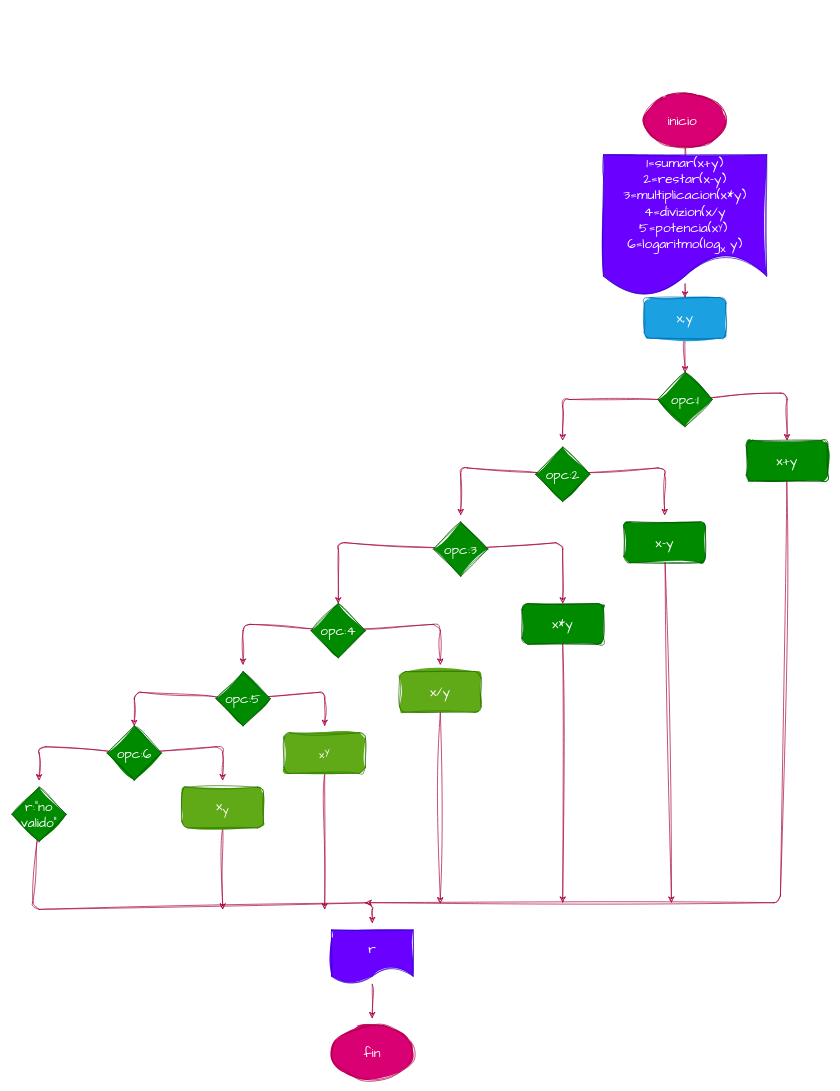
Above: diagrama.drawio in penguindavid/Minicalculadora-guanentina (draw.io), before the change. Source tidied: cells renumbered, new cells numbered last; positions are measured from the earlier drawing's top-left corner, leaving out a move shared by most shapes. Both pictures are drawn from the tidied source at 68%, with x=0, y=0 at pixel (12, 93).
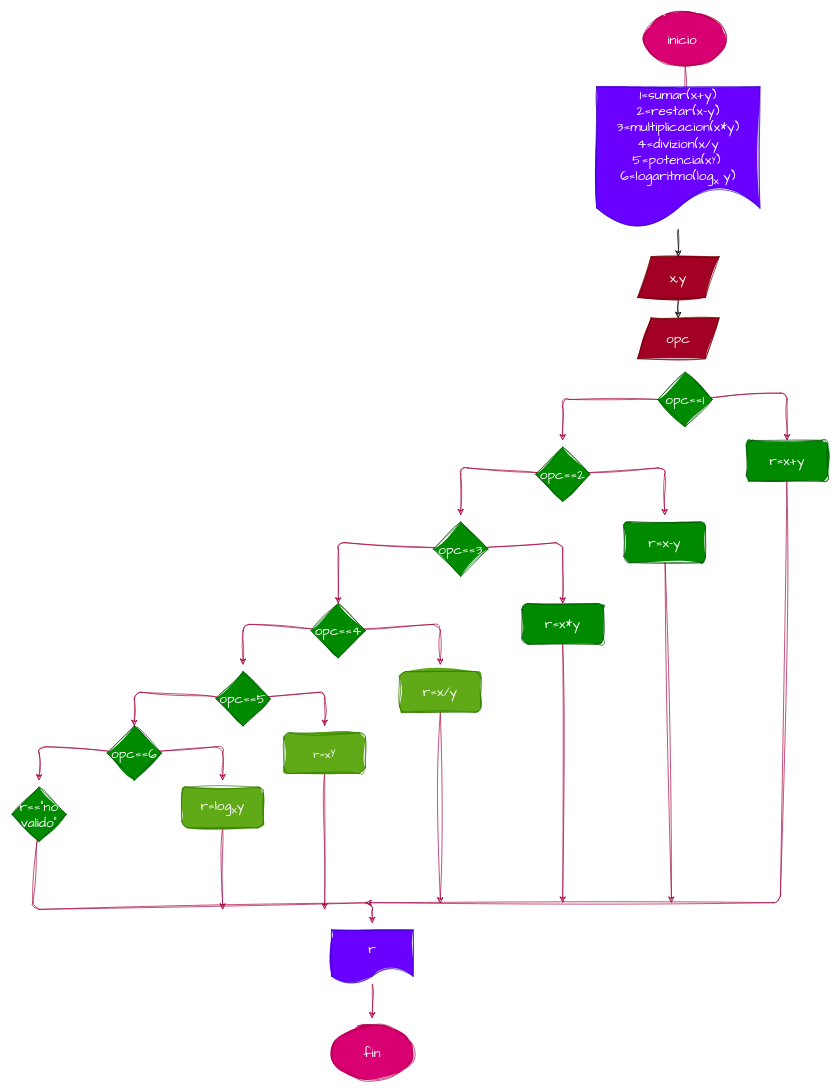
The same page after the edit.

Commit message (it also covers changes not shown here):
se agrego archivo tipo 2

Diff of the diagram source:
```diff
@@
     <mxCell id="3" value="inicio&amp;nbsp;" style="ellipse;whiteSpace=wrap;html=1;sketch=1;hachureGap=4;jiggle=2;curveFitting=1;fontFamily=Architects Daughter;fontSize=20;fillColor=#d80073;fontColor=#ffffff;strokeColor=#A50040;fillStyle=solid;" parent="1" vertex="1">
-      <mxGeometry x="930" width="120" height="80" as="geometry" />
+      <mxGeometry x="930" y="-120" width="120" height="80" as="geometry" />
     </mxCell>
-    <mxCell id="4" style="edgeStyle=none;sketch=1;hachureGap=4;jiggle=2;curveFitting=1;html=1;fontFamily=Architects Daughter;fontSize=16;fillColor=#d80073;strokeColor=#A50040;" parent="1" edge="1">
-      <mxGeometry relative="1" as="geometry">
-        <mxPoint x="990" y="280" as="sourcePoint" />
-        <mxPoint x="990" y="300" as="targetPoint" />
-      </mxGeometry>
-    </mxCell>
-    <mxCell id="5" style="edgeStyle=none;sketch=1;hachureGap=4;jiggle=2;curveFitting=1;html=1;fontFamily=Architects Daughter;fontSize=16;fillColor=#d80073;strokeColor=#A50040;" parent="1" edge="1" source="6">
-      <mxGeometry relative="1" as="geometry">
-        <mxPoint x="990" y="410" as="targetPoint" />
-      </mxGeometry>
-    </mxCell>
-    <mxCell id="6" value="x,y" style="rounded=1;whiteSpace=wrap;html=1;sketch=1;hachureGap=4;jiggle=2;curveFitting=1;fontFamily=Architects Daughter;fontSize=20;fillColor=#1ba1e2;fontColor=#ffffff;strokeColor=#006EAF;fillStyle=solid;" parent="1" vertex="1">
-      <mxGeometry x="930" y="300" width="120" height="60" as="geometry" />
-    </mxCell>
@@
-    <mxCell id="9" value="opc:1" style="rhombus;whiteSpace=wrap;html=1;sketch=1;hachureGap=4;jiggle=2;curveFitting=1;fontFamily=Architects Daughter;fontSize=20;fillColor=#008a00;fontColor=#ffffff;strokeColor=#005700;fillStyle=solid;" parent="1" vertex="1">
+    <mxCell id="9" value="opc==1" style="rhombus;whiteSpace=wrap;html=1;sketch=1;hachureGap=4;jiggle=2;curveFitting=1;fontFamily=Architects Daughter;fontSize=20;fillColor=#008a00;fontColor=#ffffff;strokeColor=#005700;fillStyle=solid;" parent="1" vertex="1">
       <mxGeometry x="950" y="410" width="80" height="80" as="geometry" />
     </mxCell>
@@
-    <mxCell id="11" value="x+y" style="rounded=1;whiteSpace=wrap;html=1;sketch=1;hachureGap=4;jiggle=2;curveFitting=1;fontFamily=Architects Daughter;fontSize=20;fillColor=#008a00;fontColor=#ffffff;strokeColor=#005700;fillStyle=solid;" parent="1" vertex="1">
+    <mxCell id="11" value="r=x+y" style="rounded=1;whiteSpace=wrap;html=1;sketch=1;hachureGap=4;jiggle=2;curveFitting=1;fontFamily=Architects Daughter;fontSize=20;fillColor=#008a00;fontColor=#ffffff;strokeColor=#005700;fillStyle=solid;" parent="1" vertex="1">
       <mxGeometry x="1080" y="510" width="120" height="60" as="geometry" />
     </mxCell>
@@
-    <mxCell id="14" value="opc:2" style="rhombus;whiteSpace=wrap;html=1;sketch=1;hachureGap=4;jiggle=2;curveFitting=1;fontFamily=Architects Daughter;fontSize=20;fillColor=#008a00;fontColor=#ffffff;strokeColor=#005700;fillStyle=solid;" parent="1" vertex="1">
+    <mxCell id="14" value="opc==2" style="rhombus;whiteSpace=wrap;html=1;sketch=1;hachureGap=4;jiggle=2;curveFitting=1;fontFamily=Architects Daughter;fontSize=20;fillColor=#008a00;fontColor=#ffffff;strokeColor=#005700;fillStyle=solid;" parent="1" vertex="1">
       <mxGeometry x="770" y="520" width="80" height="80" as="geometry" />
     </mxCell>
@@
-    <mxCell id="16" value="x-y" style="rounded=1;whiteSpace=wrap;html=1;sketch=1;hachureGap=4;jiggle=2;curveFitting=1;fontFamily=Architects Daughter;fontSize=20;fillColor=#008a00;fontColor=#ffffff;strokeColor=#005700;fillStyle=solid;" parent="1" vertex="1">
+    <mxCell id="16" value="r=x-y" style="rounded=1;whiteSpace=wrap;html=1;sketch=1;hachureGap=4;jiggle=2;curveFitting=1;fontFamily=Architects Daughter;fontSize=20;fillColor=#008a00;fontColor=#ffffff;strokeColor=#005700;fillStyle=solid;" parent="1" vertex="1">
       <mxGeometry x="900" y="630" width="120" height="60" as="geometry" />
     </mxCell>
@@
-    <mxCell id="19" value="opc:3" style="rhombus;whiteSpace=wrap;html=1;sketch=1;hachureGap=4;jiggle=2;curveFitting=1;fontFamily=Architects Daughter;fontSize=20;fillColor=#008a00;fontColor=#ffffff;strokeColor=#005700;fillStyle=solid;" parent="1" vertex="1">
+    <mxCell id="19" value="opc==3" style="rhombus;whiteSpace=wrap;html=1;sketch=1;hachureGap=4;jiggle=2;curveFitting=1;fontFamily=Architects Daughter;fontSize=20;fillColor=#008a00;fontColor=#ffffff;strokeColor=#005700;fillStyle=solid;" parent="1" vertex="1">
       <mxGeometry x="620" y="630" width="80" height="80" as="geometry" />
     </mxCell>
@@
-    <mxCell id="21" value="x*y" style="rounded=1;whiteSpace=wrap;html=1;sketch=1;hachureGap=4;jiggle=2;curveFitting=1;fontFamily=Architects Daughter;fontSize=20;fillColor=#008a00;fontColor=#ffffff;strokeColor=#005700;fillStyle=solid;" parent="1" vertex="1">
+    <mxCell id="21" value="r=x*y" style="rounded=1;whiteSpace=wrap;html=1;sketch=1;hachureGap=4;jiggle=2;curveFitting=1;fontFamily=Architects Daughter;fontSize=20;fillColor=#008a00;fontColor=#ffffff;strokeColor=#005700;fillStyle=solid;" parent="1" vertex="1">
       <mxGeometry x="750" y="750" width="120" height="60" as="geometry" />
     </mxCell>
@@
-    <mxCell id="24" value="opc:4" style="rhombus;whiteSpace=wrap;html=1;sketch=1;hachureGap=4;jiggle=2;curveFitting=1;fontFamily=Architects Daughter;fontSize=20;fillColor=#008a00;fontColor=#ffffff;strokeColor=#005700;fillStyle=solid;" parent="1" vertex="1">
+    <mxCell id="24" value="opc==4" style="rhombus;whiteSpace=wrap;html=1;sketch=1;hachureGap=4;jiggle=2;curveFitting=1;fontFamily=Architects Daughter;fontSize=20;fillColor=#008a00;fontColor=#ffffff;strokeColor=#005700;fillStyle=solid;" parent="1" vertex="1">
       <mxGeometry x="440" y="750" width="80" height="80" as="geometry" />
     </mxCell>
@@
-    <mxCell id="26" value="x/y" style="rounded=1;whiteSpace=wrap;html=1;sketch=1;hachureGap=4;jiggle=2;curveFitting=1;fontFamily=Architects Daughter;fontSize=20;fillColor=#60a917;fontColor=#ffffff;strokeColor=#2D7600;fillStyle=solid;" parent="1" vertex="1">
+    <mxCell id="26" value="r=x/y" style="rounded=1;whiteSpace=wrap;html=1;sketch=1;hachureGap=4;jiggle=2;curveFitting=1;fontFamily=Architects Daughter;fontSize=20;fillColor=#60a917;fontColor=#ffffff;strokeColor=#2D7600;fillStyle=solid;" parent="1" vertex="1">
       <mxGeometry x="570" y="850" width="120" height="60" as="geometry" />
     </mxCell>
@@
-    <mxCell id="29" value="opc:5" style="rhombus;whiteSpace=wrap;html=1;sketch=1;hachureGap=4;jiggle=2;curveFitting=1;fontFamily=Architects Daughter;fontSize=20;fillColor=#008a00;fontColor=#ffffff;strokeColor=#005700;fillStyle=solid;" parent="1" vertex="1">
+    <mxCell id="29" value="opc==5" style="rhombus;whiteSpace=wrap;html=1;sketch=1;hachureGap=4;jiggle=2;curveFitting=1;fontFamily=Architects Daughter;fontSize=20;fillColor=#008a00;fontColor=#ffffff;strokeColor=#005700;fillStyle=solid;" parent="1" vertex="1">
       <mxGeometry x="300" y="850" width="80" height="80" as="geometry" />
     </mxCell>
@@
-    <mxCell id="31" value="&lt;span style=&quot;font-size: 16.6667px;&quot;&gt;x&lt;sup&gt;y&lt;/sup&gt;&lt;/span&gt;" style="rounded=1;whiteSpace=wrap;html=1;sketch=1;hachureGap=4;jiggle=2;curveFitting=1;fontFamily=Architects Daughter;fontSize=20;fillColor=#60a917;fontColor=#ffffff;strokeColor=#2D7600;fillStyle=solid;" parent="1" vertex="1">
+    <mxCell id="31" value="&lt;span style=&quot;font-size: 16.6667px;&quot;&gt;r=x&lt;sup&gt;y&lt;/sup&gt;&lt;/span&gt;" style="rounded=1;whiteSpace=wrap;html=1;sketch=1;hachureGap=4;jiggle=2;curveFitting=1;fontFamily=Architects Daughter;fontSize=20;fillColor=#60a917;fontColor=#ffffff;strokeColor=#2D7600;fillStyle=solid;" parent="1" vertex="1">
       <mxGeometry x="400" y="940" width="120" height="60" as="geometry" />
     </mxCell>
@@
-    <mxCell id="34" value="opc:6" style="rhombus;whiteSpace=wrap;html=1;sketch=1;hachureGap=4;jiggle=2;curveFitting=1;fontFamily=Architects Daughter;fontSize=20;fillColor=#008a00;fontColor=#ffffff;strokeColor=#005700;fillStyle=solid;" parent="1" vertex="1">
+    <mxCell id="34" value="opc==6" style="rhombus;whiteSpace=wrap;html=1;sketch=1;hachureGap=4;jiggle=2;curveFitting=1;fontFamily=Architects Daughter;fontSize=20;fillColor=#008a00;fontColor=#ffffff;strokeColor=#005700;fillStyle=solid;" parent="1" vertex="1">
       <mxGeometry x="140" y="930" width="80" height="80" as="geometry" />
     </mxCell>
@@
-    <mxCell id="36" value="x&lt;sub&gt;y&lt;/sub&gt;" style="rounded=1;whiteSpace=wrap;html=1;sketch=1;hachureGap=4;jiggle=2;curveFitting=1;fontFamily=Architects Daughter;fontSize=20;fillColor=#60a917;fontColor=#ffffff;strokeColor=#2D7600;fillStyle=solid;" parent="1" vertex="1">
+    <mxCell id="36" value="r=log&lt;sub&gt;x&lt;/sub&gt;y" style="rounded=1;whiteSpace=wrap;html=1;sketch=1;hachureGap=4;jiggle=2;curveFitting=1;fontFamily=Architects Daughter;fontSize=20;fillColor=#60a917;fontColor=#ffffff;strokeColor=#2D7600;fillStyle=solid;" parent="1" vertex="1">
       <mxGeometry x="250" y="1020" width="120" height="60" as="geometry" />
     </mxCell>
@@
-    <mxCell id="38" value="r:&quot;no valido&quot;" style="rhombus;whiteSpace=wrap;html=1;sketch=1;hachureGap=4;jiggle=2;curveFitting=1;fontFamily=Architects Daughter;fontSize=20;fillColor=#008a00;fontColor=#ffffff;strokeColor=#005700;fillStyle=solid;" parent="1" vertex="1">
+    <mxCell id="38" value="r==&quot;no valido&quot;" style="rhombus;whiteSpace=wrap;html=1;sketch=1;hachureGap=4;jiggle=2;curveFitting=1;fontFamily=Architects Daughter;fontSize=20;fillColor=#008a00;fontColor=#ffffff;strokeColor=#005700;fillStyle=solid;" parent="1" vertex="1">
       <mxGeometry y="1020" width="80" height="80" as="geometry" />
     </mxCell>
@@
+    <mxCell id="44" style="edgeStyle=none;sketch=1;hachureGap=4;jiggle=2;curveFitting=1;html=1;entryX=0.5;entryY=0;entryDx=0;entryDy=0;fontFamily=Architects Daughter;fontSize=16;fontColor=#FFFFFF;" parent="1" edge="1" source="40" target="6">
+      <mxGeometry relative="1" as="geometry" />
+    </mxCell>
     <mxCell id="40" value="1=sumar(x+y)&lt;br&gt;2=restar(x-y)&lt;br&gt;3=multiplicacion(x*y)&lt;br&gt;4=divizion(x/y&lt;br&gt;5=potencia(x&lt;span style=&quot;font-size: 13.8889px;&quot;&gt;&lt;sup&gt;y&lt;/sup&gt;&lt;/span&gt;)&lt;span style=&quot;font-size: 13.8889px;&quot;&gt;&lt;sup&gt;&amp;nbsp;&lt;br&gt;&lt;/sup&gt;&lt;/span&gt;6=logaritmo(log&lt;sub&gt;x &lt;/sub&gt;y)" style="shape=document;whiteSpace=wrap;html=1;boundedLbl=1;sketch=1;hachureGap=4;jiggle=2;curveFitting=1;fontFamily=Architects Daughter;fontSize=20;fillColor=#6a00ff;fontColor=#ffffff;strokeColor=#3700CC;fillStyle=solid;" parent="1" vertex="1">
-      <mxGeometry x="870" y="90" width="240" height="210" as="geometry" />
+      <mxGeometry x="860" y="-10" width="240" height="210" as="geometry" />
     </mxCell>
@@
+    <mxCell id="45" style="edgeStyle=none;sketch=1;hachureGap=4;jiggle=2;curveFitting=1;html=1;fontFamily=Architects Daughter;fontSize=16;fontColor=#FFFFFF;" parent="1" edge="1" source="6">
+      <mxGeometry relative="1" as="geometry">
+        <mxPoint x="980" y="330" as="targetPoint" />
+      </mxGeometry>
+    </mxCell>
+    <mxCell id="6" value="x,y" style="shape=parallelogram;perimeter=parallelogramPerimeter;whiteSpace=wrap;html=1;fixedSize=1;sketch=1;hachureGap=4;jiggle=2;fillStyle=solid;curveFitting=1;fontFamily=Architects Daughter;fontSize=20;fontColor=#ffffff;fillColor=#a20025;strokeColor=#6F0000;" parent="1" vertex="1">
+      <mxGeometry x="920" y="240" width="120" height="60" as="geometry" />
+    </mxCell>
+    <mxCell id="46" value="opc" style="shape=parallelogram;perimeter=parallelogramPerimeter;whiteSpace=wrap;html=1;fixedSize=1;sketch=1;hachureGap=4;jiggle=2;fillStyle=solid;curveFitting=1;fontFamily=Architects Daughter;fontSize=20;fontColor=#ffffff;fillColor=#a20025;strokeColor=#6F0000;" parent="1" vertex="1">
+      <mxGeometry x="920" y="330" width="120" height="60" as="geometry" />
+    </mxCell>
```
